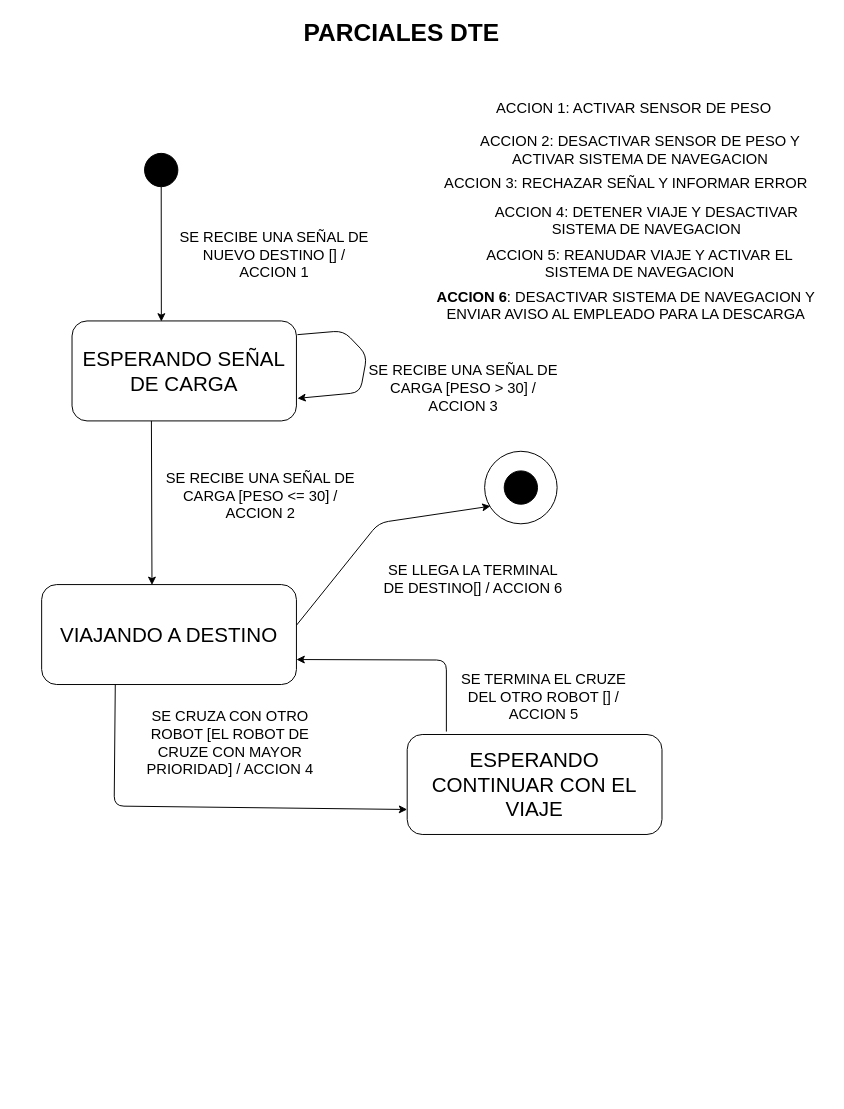
This is parciales/parciales_DTE.drawio from dazayamil/ingenieria-software-1-unlp, a draw.io file, before an edit. Source tidied: cells renumbered, new cells numbered last; positions are measured from the earlier drawing's top-left corner, leaving out a move shared by most shapes. Both pictures are drawn from the tidied source at 98%, with x=0, y=0 at pixel (41, 17).
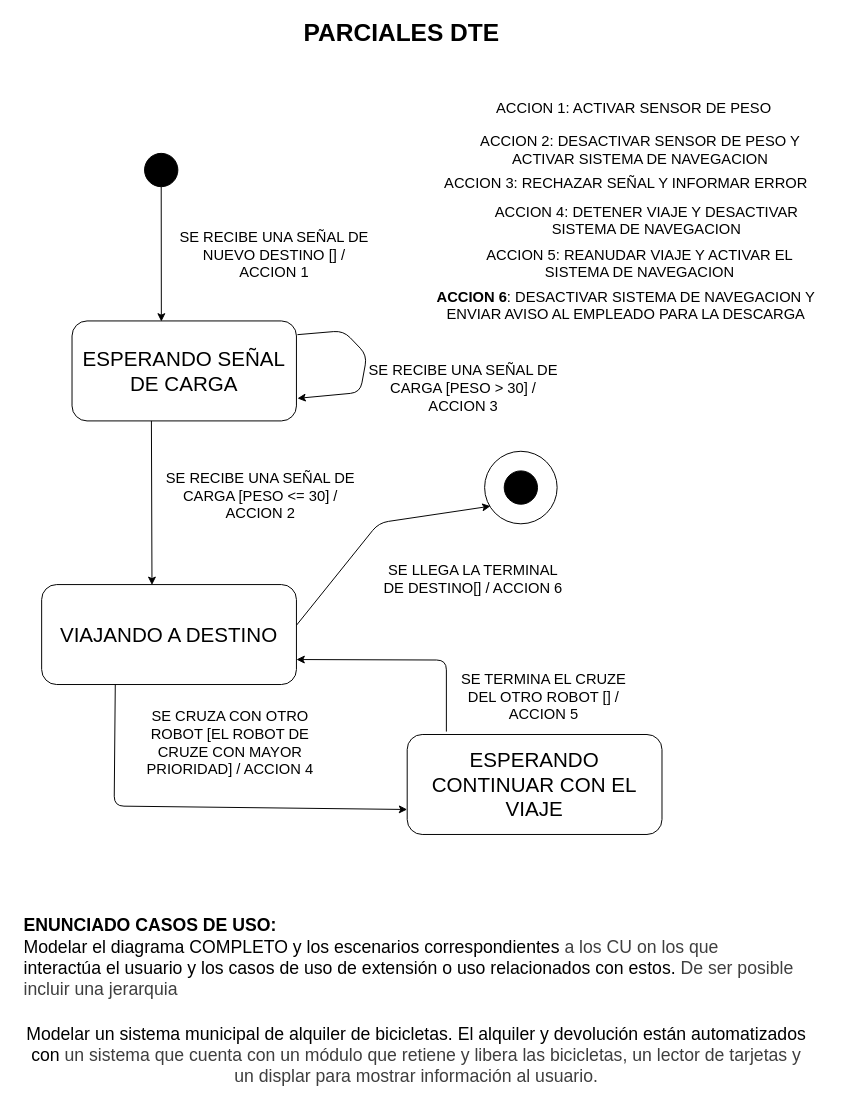
After the change.

Commit message:
Parcial DTE

Change to the diagram source:
```diff
@@
+    <mxCell id="27" value="&lt;font style=&quot;font-size: 18px;&quot;&gt;&lt;b&gt;ENUNCIADO CASOS DE USO:&amp;nbsp;&lt;/b&gt;&lt;/font&gt;&lt;div&gt;&lt;font style=&quot;font-size: 18px;&quot;&gt;Modelar el diagrama COMPLETO y los escenarios correspondientes&amp;nbsp;&lt;/font&gt;&lt;span style=&quot;color: rgb(63, 63, 63); font-size: 18px; background-color: transparent;&quot;&gt;a los CU on los que&amp;nbsp;&lt;/span&gt;&lt;div&gt;&lt;font style=&quot;font-size: 18px;&quot;&gt;interactúa el usuario y los casos de uso de extensión o uso relacionados con estos.&amp;nbsp;&lt;/font&gt;&lt;span style=&quot;color: rgb(63, 63, 63); font-size: 18px; background-color: transparent;&quot;&gt;De ser posible&amp;nbsp;&lt;/span&gt;&lt;/div&gt;&lt;div&gt;&lt;span style=&quot;color: rgb(63, 63, 63); font-size: 18px; background-color: transparent;&quot;&gt;incluir una jerarquia&lt;/span&gt;&lt;/div&gt;&lt;/div&gt;" style="text;html=1;align=left;verticalAlign=middle;strokeColor=none;fillColor=none;" parent="1" vertex="1">
+      <mxGeometry x="-20" y="911" width="808" height="98" as="geometry" />
+    </mxCell>
+    <mxCell id="28" value="&lt;font style=&quot;font-size: 18px;&quot;&gt;Modelar un sistema municipal de alquiler de bicicletas. El alquiler y devolución están automatizados&lt;/font&gt;&lt;div&gt;&lt;font style=&quot;font-size: 18px;&quot;&gt;con&amp;nbsp;&lt;/font&gt;&lt;span style=&quot;color: rgb(63, 63, 63); font-size: 18px; background-color: transparent;&quot;&gt;un sistema que cuenta con un módulo que retiene y libera las bicicletas, un lector de tarjetas y&lt;/span&gt;&lt;/div&gt;&lt;div&gt;&lt;span style=&quot;color: rgb(63, 63, 63); font-size: 18px; background-color: transparent;&quot;&gt;un displar para mostrar información al usuario.&lt;/span&gt;&lt;/div&gt;" style="text;html=1;align=center;verticalAlign=middle;strokeColor=none;fillColor=none;" parent="1" vertex="1">
+      <mxGeometry x="-25" y="1021" width="813" height="77" as="geometry" />
+    </mxCell>
```
